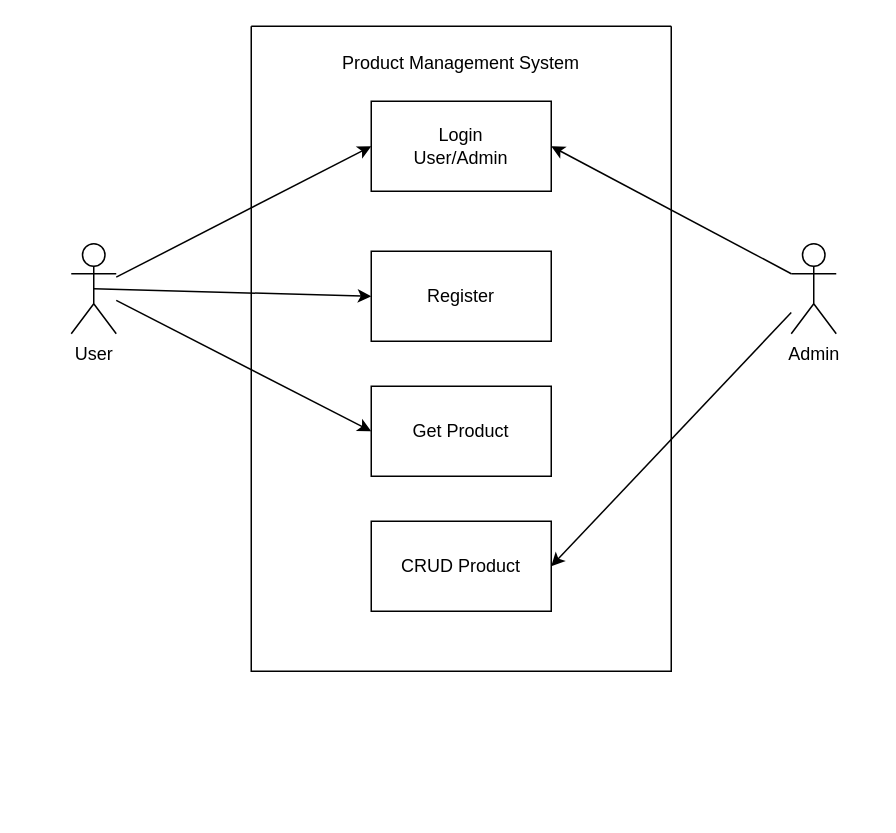
Before: Use-Case-Pengujian.drawio in WizziGameDev/design-draw-io, a draw.io diagram. Source tidied: cells renumbered, new cells numbered last; positions are measured from the earlier drawing's top-left corner, leaving out a move shared by most shapes. Both pictures are drawn from the tidied source at 150%, with x=0, y=0 at pixel (70, 26).
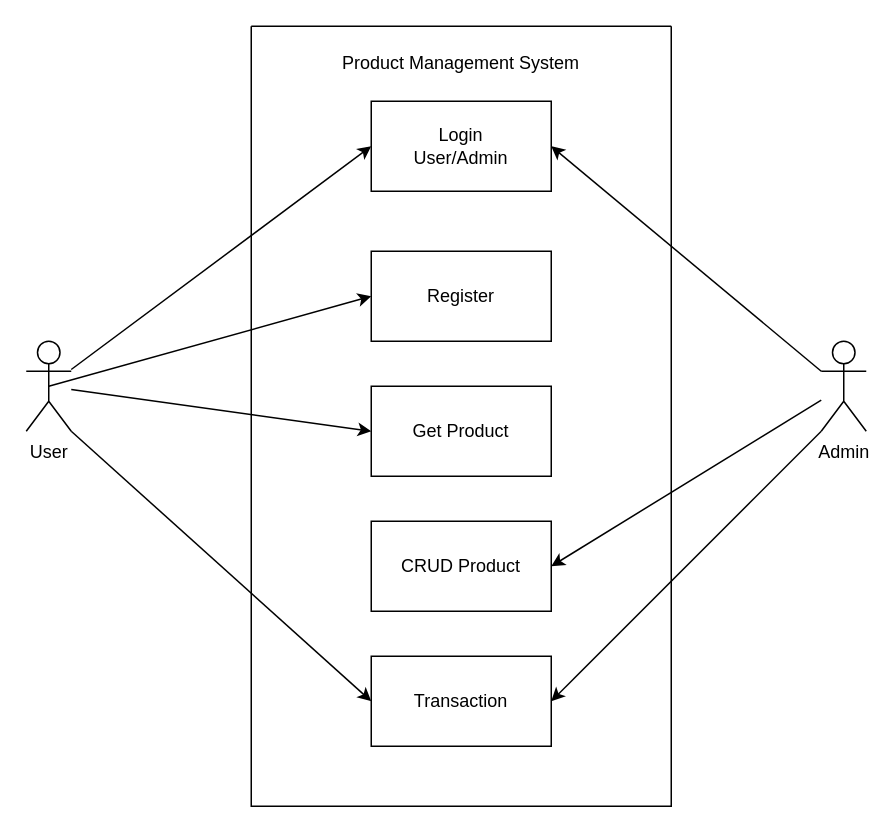
Above is the later version.

Diff of the diagram source:
```diff
@@
 <mxGraphModel>
   <root>
     <mxCell id="0" />
     <mxCell id="1" parent="0" />
     <mxCell id="2" value="Admin" style="shape=umlActor;verticalLabelPosition=bottom;verticalAlign=top;html=1;outlineConnect=0;" parent="1" vertex="1">
-      <mxGeometry x="480" y="145" width="30" height="60" as="geometry" />
+      <mxGeometry x="500" y="210" width="30" height="60" as="geometry" />
     </mxCell>
     <mxCell id="3" style="swimlane;startSize=0;" parent="1" vertex="1">
-      <mxGeometry x="120" width="280" height="430" as="geometry" />
+      <mxGeometry x="120" width="280" height="520" as="geometry" />
     </mxCell>
     <mxCell id="4" value="Login&lt;br&gt;User/Admin" style="rounded=0;whiteSpace=wrap;html=1;" parent="3" vertex="1">
       <mxGeometry x="80" y="50" width="120" height="60" as="geometry" />
     </mxCell>
     <mxCell id="5" value="Get Product" style="rounded=0;whiteSpace=wrap;html=1;" parent="3" vertex="1">
       <mxGeometry x="80" y="240" width="120" height="60" as="geometry" />
     </mxCell>
     <mxCell id="6" value="CRUD Product" style="rounded=0;whiteSpace=wrap;html=1;" parent="3" vertex="1">
       <mxGeometry x="80" y="330" width="120" height="60" as="geometry" />
     </mxCell>
     <mxCell id="7" value="Product Management System" style="text;html=1;align=center;verticalAlign=middle;whiteSpace=wrap;rounded=0;" parent="3" vertex="1">
       <mxGeometry x="40" y="10" width="200" height="30" as="geometry" />
     </mxCell>
     <mxCell id="8" value="Register" style="rounded=0;whiteSpace=wrap;html=1;" parent="3" vertex="1">
       <mxGeometry x="80" y="150" width="120" height="60" as="geometry" />
     </mxCell>
+    <mxCell id="15" value="Transaction" style="rounded=0;whiteSpace=wrap;html=1;" parent="3" vertex="1">
+      <mxGeometry x="80" y="420" width="120" height="60" as="geometry" />
+    </mxCell>
     <mxCell id="9" value="User" style="shape=umlActor;verticalLabelPosition=bottom;verticalAlign=top;html=1;outlineConnect=0;" parent="1" vertex="1">
-      <mxGeometry y="145" width="30" height="60" as="geometry" />
+      <mxGeometry x="-30" y="210" width="30" height="60" as="geometry" />
     </mxCell>
     <mxCell id="10" style="endArrow=classic;html=1;rounded=0;entryX=0;entryY=0.5;entryDx=0;entryDy=0;" parent="1" edge="1" source="9" target="4">
       <mxGeometry relative="1" as="geometry" />
     </mxCell>
     <mxCell id="11" style="endArrow=classic;html=1;rounded=0;entryX=1;entryY=0.5;entryDx=0;entryDy=0;exitX=0;exitY=0.3333333333333333;exitDx=0;exitDy=0;exitPerimeter=0;" parent="1" edge="1" source="2" target="4">
       <mxGeometry relative="1" as="geometry" />
     </mxCell>
     <mxCell id="12" style="endArrow=classic;html=1;rounded=0;entryX=1;entryY=0.5;entryDx=0;entryDy=0;" parent="1" edge="1" source="2" target="6">
       <mxGeometry relative="1" as="geometry" />
     </mxCell>
     <mxCell id="13" style="endArrow=classic;html=1;rounded=0;entryX=0;entryY=0.5;entryDx=0;entryDy=0;" parent="1" edge="1" source="9" target="5">
       <mxGeometry relative="1" as="geometry" />
     </mxCell>
     <mxCell id="14" style="endArrow=classic;html=1;rounded=0;entryX=0;entryY=0.5;entryDx=0;entryDy=0;exitX=0.5;exitY=0.5;exitDx=0;exitDy=0;exitPerimeter=0;" parent="1" edge="1" source="9" target="8">
       <mxGeometry relative="1" as="geometry" />
     </mxCell>
+    <mxCell id="16" style="endArrow=classic;html=1;rounded=0;entryX=0;entryY=0.5;entryDx=0;entryDy=0;exitX=1;exitY=1;exitDx=0;exitDy=0;exitPerimeter=0;" parent="1" edge="1" source="9" target="15">
+      <mxGeometry relative="1" as="geometry" />
+    </mxCell>
+    <mxCell id="17" style="endArrow=classic;html=1;rounded=0;entryX=1;entryY=0.5;entryDx=0;entryDy=0;exitX=0;exitY=1;exitDx=0;exitDy=0;exitPerimeter=0;" parent="1" edge="1" source="2" target="15">
+      <mxGeometry relative="1" as="geometry" />
+    </mxCell>
   </root>
 </mxGraphModel>
```
